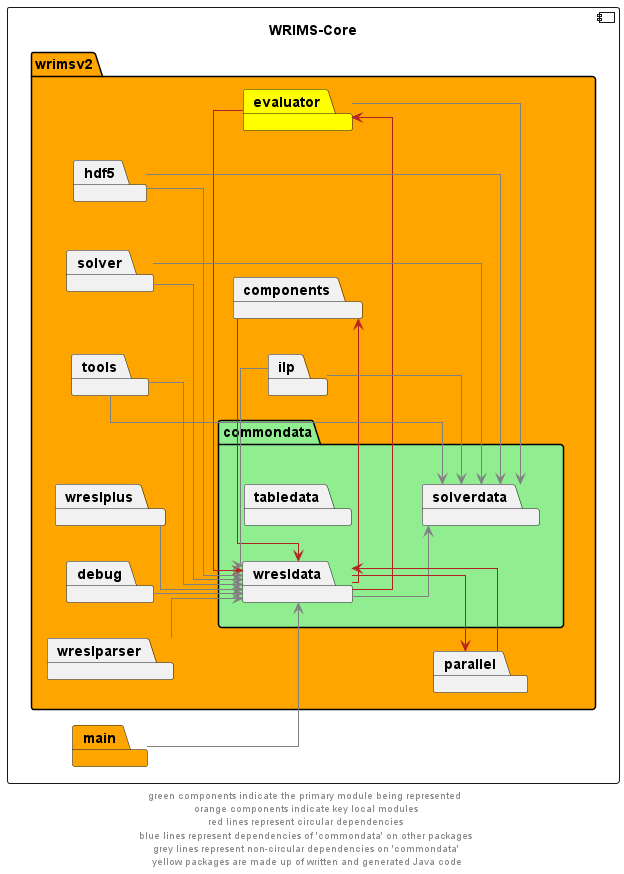
The PlantUML diagram docs/diagrams/wrims-core/wrims-core_commondata.png in CentralValleyModeling/wrims-engine, before a commit.
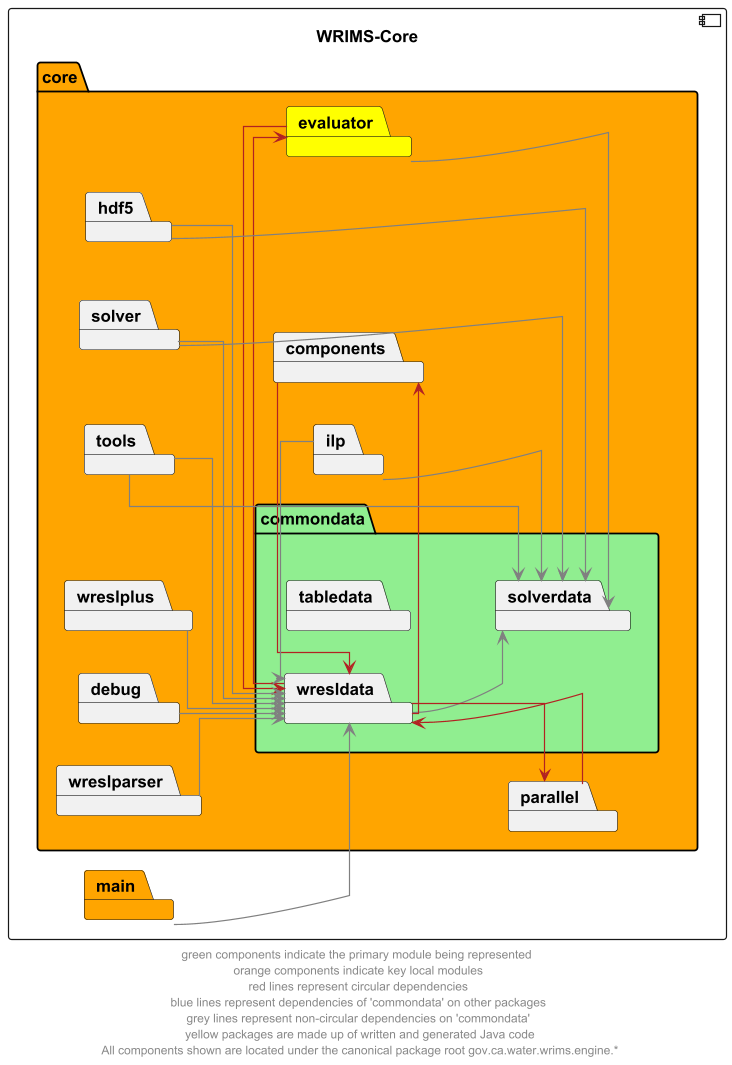
After the commit.

The edit, as a diff of the source:
```diff
@@ -3,7 +3,7 @@
 skinparam linetype ortho
 
 component wrims_core as "WRIMS-Core" {
-    package wrimsv2 #orange {
+    package core #orange {
 
             package commondata #lightgreen {
                 package tabledata
@@ -52,5 +52,5 @@
 evaluator -d[hidden]-> tabledata
 evaluator -l[hidden]-> commondata
 
-footer "green components indicate the primary module being represented \n orange components indicate key local modules \n red lines represent circular dependencies \n blue lines represent dependencies of 'commondata' on other packages \n grey lines represent non-circular dependencies on 'commondata' \n yellow packages are made up of written and generated Java code"
+footer "green components indicate the primary module being represented \n orange components indicate key local modules \n red lines represent circular dependencies \n blue lines represent dependencies of 'commondata' on other packages \n grey lines represent non-circular dependencies on 'commondata' \n yellow packages are made up of written and generated Java code\n All components shown are located under the canonical package root gov.ca.water.wrims.engine.*"
 @enduml
```
